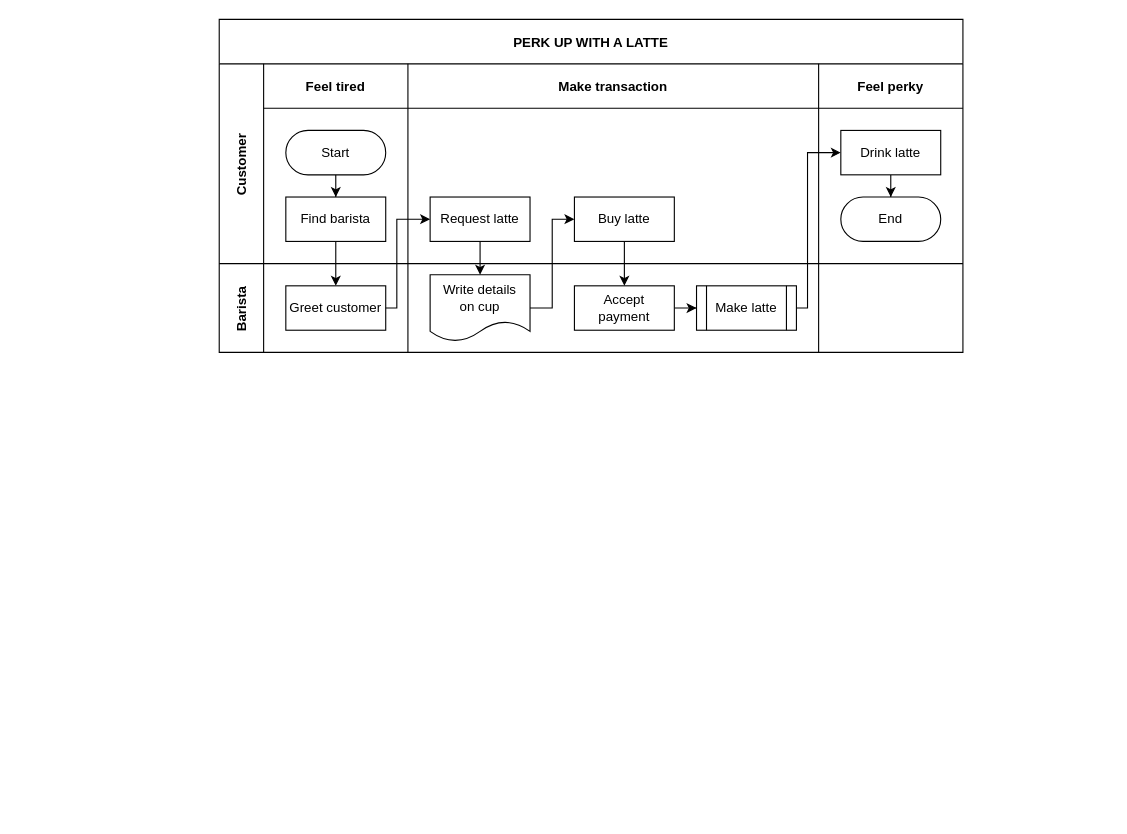
Before: Untitled Diagram.drawio in mouafikmohammed/alx-low_level_programming, a draw.io diagram. Source tidied: cells renumbered, new cells numbered last; positions are measured from the earlier drawing's top-left corner, leaving out a move shared by most shapes. Both pictures are drawn from the tidied source at 111%, with x=0, y=0 at pixel (219, 19).
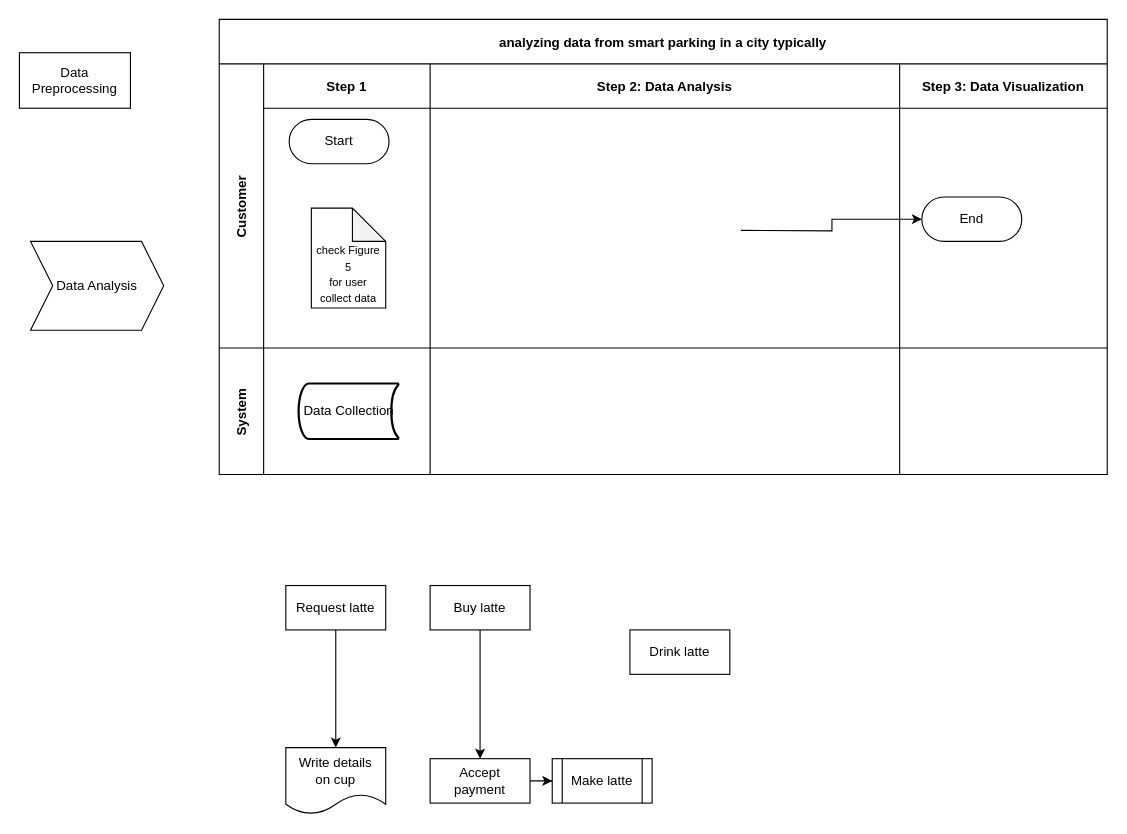
The same page after the edit.

The change refers to these unchanged cells:
```xml
<mxCell id="15" value="End" style="rounded=1;whiteSpace=wrap;html=1;arcSize=50;" parent="12" vertex="1">
  <mxGeometry x="20" y="120" width="90" height="40" as="geometry" />
</mxCell>
```

What changed in the source:
```diff
@@
-    <mxCell id="2" value="PERK UP WITH A LATTE" style="shape=table;childLayout=tableLayout;startSize=40;fillColor=none;fontStyle=1;" parent="1" vertex="1">
-      <mxGeometry width="670" height="300" as="geometry" />
+    <mxCell id="2" value="analyzing data from smart parking in a city typically" style="shape=table;childLayout=tableLayout;startSize=40;fillColor=none;fontStyle=1;" parent="1" vertex="1">
+      <mxGeometry width="800" height="410" as="geometry" />
     </mxCell>
-    <mxCell id="3" style="edgeStyle=orthogonalEdgeStyle;rounded=0;jettySize=auto;html=1;" parent="2" edge="1" source="8" target="18">
-      <mxGeometry relative="1" as="geometry" />
-    </mxCell>
     <mxCell id="4" value="Customer" style="shape=tableRow;horizontal=0;swimlaneHead=0;swimlaneBody=0;top=0;left=0;bottom=0;right=0;fillColor=none;startSize=40;fontStyle=1;" parent="2" vertex="1">
-      <mxGeometry y="40" width="670" height="180" as="geometry" />
+      <mxGeometry y="40" width="800" height="256" as="geometry" />
     </mxCell>
-    <mxCell id="5" value="Feel tired" style="swimlane;swimlaneHead=0;swimlaneBody=0;fillColor=none;startSize=40;fontStyle=1;" parent="4" vertex="1">
-      <mxGeometry x="40" width="130" height="180" as="geometry" />
+    <mxCell id="5" value="Step 1" style="swimlane;swimlaneHead=0;swimlaneBody=0;fillColor=none;startSize=40;fontStyle=1;" parent="4" vertex="1">
+      <mxGeometry x="40" width="150" height="256" as="geometry" />
     </mxCell>
-    <mxCell id="6" style="edgeStyle=orthogonalEdgeStyle;rounded=0;jettySize=auto;html=1;" parent="5" edge="1" source="7" target="8">
-      <mxGeometry relative="1" as="geometry" />
-    </mxCell>
     <mxCell id="7" value="Start" style="rounded=1;whiteSpace=wrap;html=1;arcSize=50;" parent="5" vertex="1">
-      <mxGeometry x="20" y="60" width="90" height="40" as="geometry" />
+      <mxGeometry x="23" y="50" width="90" height="40" as="geometry" />
     </mxCell>
-    <mxCell id="8" value="Find barista" style="rounded=0;whiteSpace=wrap;html=1;" parent="5" vertex="1">
-      <mxGeometry x="20" y="120" width="90" height="40" as="geometry" />
-    </mxCell>
+    <mxCell id="30" value="&lt;font style=&quot;font-size: 10px;&quot;&gt;&lt;br&gt;&lt;br&gt;check Figure 5&lt;br&gt;for user collect data&lt;/font&gt;" style="shape=note;whiteSpace=wrap;html=1;backgroundOutline=1;darkOpacity=0.05;" parent="5" vertex="1">
+      <mxGeometry x="43" y="130" width="67" height="90" as="geometry" />
+    </mxCell>
-    <mxCell id="9" value="Make transaction" style="swimlane;swimlaneHead=0;swimlaneBody=0;fillColor=none;startSize=40;fontStyle=1;" parent="4" vertex="1">
-      <mxGeometry x="170" width="370" height="180" as="geometry" />
+    <mxCell id="9" value="Step 2: Data Analysis" style="swimlane;swimlaneHead=0;swimlaneBody=0;fillColor=none;startSize=40;fontStyle=1;" parent="4" vertex="1">
+      <mxGeometry x="190" width="423" height="256" as="geometry" />
     </mxCell>
-    <mxCell id="10" value="Request latte" style="rounded=0;whiteSpace=wrap;html=1;" parent="9" vertex="1">
-      <mxGeometry x="20" y="120" width="90" height="40" as="geometry" />
-    </mxCell>
-    <mxCell id="11" value="Buy latte" style="rounded=0;whiteSpace=wrap;html=1;" parent="9" vertex="1">
-      <mxGeometry x="150" y="120" width="90" height="40" as="geometry" />
-    </mxCell>
-    <mxCell id="12" value="Feel perky" style="swimlane;swimlaneHead=0;swimlaneBody=0;fillColor=none;startSize=40;fontStyle=1;" parent="4" vertex="1">
-      <mxGeometry x="540" width="130" height="180" as="geometry" />
+    <mxCell id="12" value="Step 3: Data Visualization" style="swimlane;swimlaneHead=0;swimlaneBody=0;fillColor=none;startSize=40;fontStyle=1;" parent="4" vertex="1">
+      <mxGeometry x="613" width="187" height="256" as="geometry" />
     </mxCell>
-    <mxCell id="13" style="edgeStyle=orthogonalEdgeStyle;rounded=0;jettySize=auto;html=1;" parent="12" edge="1" source="14" target="15">
-      <mxGeometry relative="1" as="geometry" />
-    </mxCell>
-    <mxCell id="14" value="Drink latte" style="rounded=0;whiteSpace=wrap;html=1;" parent="12" vertex="1">
-      <mxGeometry x="20" y="60" width="90" height="40" as="geometry" />
-    </mxCell>
@@
-    <mxCell id="16" value="Barista" style="shape=tableRow;horizontal=0;swimlaneHead=0;swimlaneBody=0;top=0;left=0;bottom=0;right=0;fillColor=none;startSize=40;fontStyle=1;" parent="2" vertex="1">
-      <mxGeometry y="220" width="670" height="80" as="geometry" />
+    <mxCell id="16" value="System" style="shape=tableRow;horizontal=0;swimlaneHead=0;swimlaneBody=0;top=0;left=0;bottom=0;right=0;fillColor=none;startSize=40;fontStyle=1;" parent="2" vertex="1">
+      <mxGeometry y="296" width="800" height="114" as="geometry" />
     </mxCell>
     <mxCell id="17" style="swimlane;swimlaneHead=0;swimlaneBody=0;fillColor=none;startSize=0;fontStyle=1;" parent="16" vertex="1">
-      <mxGeometry x="40" width="130" height="80" as="geometry" />
+      <mxGeometry x="40" width="150" height="114" as="geometry" />
     </mxCell>
-    <mxCell id="18" value="Greet customer" style="rounded=0;whiteSpace=wrap;html=1;" parent="17" vertex="1">
-      <mxGeometry x="20" y="20" width="90" height="40" as="geometry" />
-    </mxCell>
+    <mxCell id="31" value="Data Collection" style="strokeWidth=2;html=1;shape=mxgraph.flowchart.stored_data;whiteSpace=wrap;" parent="17" vertex="1">
+      <mxGeometry x="31.5" y="32" width="90" height="50" as="geometry" />
+    </mxCell>
     <mxCell id="19" style="swimlane;swimlaneHead=0;swimlaneBody=0;fillColor=none;startSize=0;fontStyle=1;" parent="16" vertex="1">
-      <mxGeometry x="170" width="370" height="80" as="geometry" />
+      <mxGeometry x="190" width="423" height="114" as="geometry" />
     </mxCell>
+    <mxCell id="24" style="swimlane;swimlaneHead=0;swimlaneBody=0;fillColor=none;startSize=0;fontStyle=1;" parent="16" vertex="1">
+      <mxGeometry x="613" width="187" height="114" as="geometry" />
+    </mxCell>
+    <mxCell id="32" value="Data Preprocessing" style="html=1;dashed=0;whiteSpace=wrap;" parent="1" vertex="1">
+      <mxGeometry x="-180" y="30" width="100" height="50" as="geometry" />
+    </mxCell>
+    <mxCell id="33" value="Data Analysis" style="shape=step;perimeter=stepPerimeter;whiteSpace=wrap;html=1;fixedSize=1;" parent="1" vertex="1">
+      <mxGeometry x="-170" y="200" width="120" height="80" as="geometry" />
+    </mxCell>
+    <mxCell id="22" value="Write details&lt;br&gt;on cup" style="shape=document;whiteSpace=wrap;html=1;boundedLbl=1;" parent="1" vertex="1">
+      <mxGeometry x="60" y="656" width="90" height="60" as="geometry" />
+    </mxCell>
+    <mxCell id="10" value="Request latte" style="rounded=0;whiteSpace=wrap;html=1;" parent="1" vertex="1">
+      <mxGeometry x="60" y="510" width="90" height="40" as="geometry" />
+    </mxCell>
+    <mxCell id="11" value="Buy latte" style="rounded=0;whiteSpace=wrap;html=1;" parent="1" vertex="1">
+      <mxGeometry x="190" y="510" width="90" height="40" as="geometry" />
+    </mxCell>
+    <mxCell id="21" value="Accept&lt;br&gt;payment" style="rounded=0;whiteSpace=wrap;html=1;" parent="1" vertex="1">
+      <mxGeometry x="190" y="666" width="90" height="40" as="geometry" />
+    </mxCell>
+    <mxCell id="23" value="Make latte" style="shape=process;whiteSpace=wrap;html=1;backgroundOutline=1;" parent="1" vertex="1">
+      <mxGeometry x="300" y="666" width="90" height="40" as="geometry" />
+    </mxCell>
+    <mxCell id="14" value="Drink latte" style="rounded=0;whiteSpace=wrap;html=1;" parent="1" vertex="1">
+      <mxGeometry x="370" y="550" width="90" height="40" as="geometry" />
+    </mxCell>
+    <mxCell id="26" style="edgeStyle=orthogonalEdgeStyle;rounded=0;jettySize=auto;html=1;" parent="1" edge="1" source="10" target="22">
+      <mxGeometry relative="1" as="geometry" />
+    </mxCell>
+    <mxCell id="28" style="edgeStyle=orthogonalEdgeStyle;rounded=0;jettySize=auto;html=1;" parent="1" edge="1" source="11" target="21">
+      <mxGeometry relative="1" as="geometry" />
+    </mxCell>
-    <mxCell id="20" style="edgeStyle=orthogonalEdgeStyle;rounded=0;jettySize=auto;html=1;" parent="19" edge="1" source="21" target="23">
+    <mxCell id="20" style="edgeStyle=orthogonalEdgeStyle;rounded=0;jettySize=auto;html=1;" parent="1" edge="1" source="21" target="23">
       <mxGeometry relative="1" as="geometry" />
     </mxCell>
-    <mxCell id="21" value="Accept&lt;br&gt;payment" style="rounded=0;whiteSpace=wrap;html=1;" parent="19" vertex="1">
-      <mxGeometry x="150" y="20" width="90" height="40" as="geometry" />
-    </mxCell>
-    <mxCell id="22" value="Write details&lt;br&gt;on cup" style="shape=document;whiteSpace=wrap;html=1;boundedLbl=1;" parent="19" vertex="1">
-      <mxGeometry x="20" y="10" width="90" height="60" as="geometry" />
-    </mxCell>
-    <mxCell id="23" value="Make latte" style="shape=process;whiteSpace=wrap;html=1;backgroundOutline=1;" parent="19" vertex="1">
-      <mxGeometry x="260" y="20" width="90" height="40" as="geometry" />
-    </mxCell>
-    <mxCell id="24" style="swimlane;swimlaneHead=0;swimlaneBody=0;fillColor=none;startSize=0;fontStyle=1;" parent="16" vertex="1">
-      <mxGeometry x="540" width="130" height="80" as="geometry" />
-    </mxCell>
-    <mxCell id="25" style="edgeStyle=orthogonalEdgeStyle;rounded=0;jettySize=auto;html=1;" parent="2" edge="1" source="18" target="10">
-      <mxGeometry relative="1" as="geometry">
-        <Array as="points">
-          <mxPoint x="160" y="260" />
-          <mxPoint x="160" y="180" />
-        </Array>
-      </mxGeometry>
-    </mxCell>
-    <mxCell id="26" style="edgeStyle=orthogonalEdgeStyle;rounded=0;jettySize=auto;html=1;" parent="2" edge="1" source="10" target="22">
-      <mxGeometry relative="1" as="geometry" />
-    </mxCell>
-    <mxCell id="27" style="edgeStyle=orthogonalEdgeStyle;rounded=0;jettySize=auto;html=1;" parent="2" edge="1" source="22" target="11">
-      <mxGeometry relative="1" as="geometry">
-        <Array as="points">
-          <mxPoint x="300" y="260" />
-          <mxPoint x="300" y="180" />
-        </Array>
-      </mxGeometry>
-    </mxCell>
-    <mxCell id="28" style="edgeStyle=orthogonalEdgeStyle;rounded=0;jettySize=auto;html=1;" parent="2" edge="1" source="11" target="21">
-      <mxGeometry relative="1" as="geometry" />
-    </mxCell>
-    <mxCell id="29" style="edgeStyle=orthogonalEdgeStyle;rounded=0;jettySize=auto;html=1;" parent="2" edge="1" source="23" target="14">
-      <mxGeometry relative="1" as="geometry">
-        <Array as="points">
-          <mxPoint x="530" y="260" />
-          <mxPoint x="530" y="120" />
-        </Array>
-      </mxGeometry>
-    </mxCell>
+    <mxCell id="13" style="edgeStyle=orthogonalEdgeStyle;rounded=0;jettySize=auto;html=1;" parent="1" edge="1" target="15">
+      <mxGeometry relative="1" as="geometry">
+        <mxPoint x="470" y="190" as="sourcePoint" />
+      </mxGeometry>
+    </mxCell>
```
